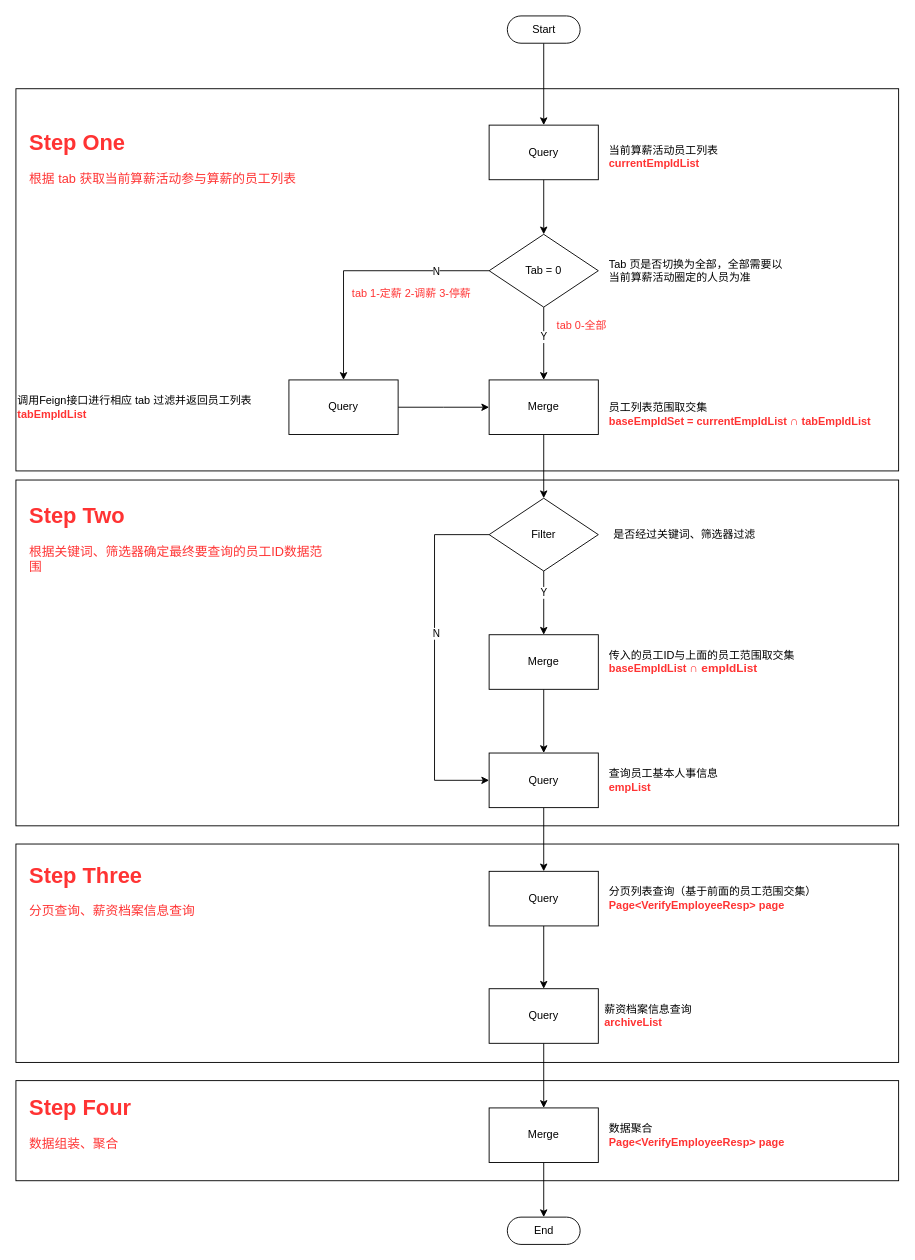
Above: 算薪活动-核对人员列表接口实现逻辑.drawio in rexlin600/diagrams (draw.io), before the change. Source tidied: cells renumbered, new cells numbered last; positions are measured from the earlier drawing's top-left corner, leaving out a move shared by most shapes. Both pictures are drawn from the tidied source at 91%, with x=0, y=0 at pixel (15, 15).
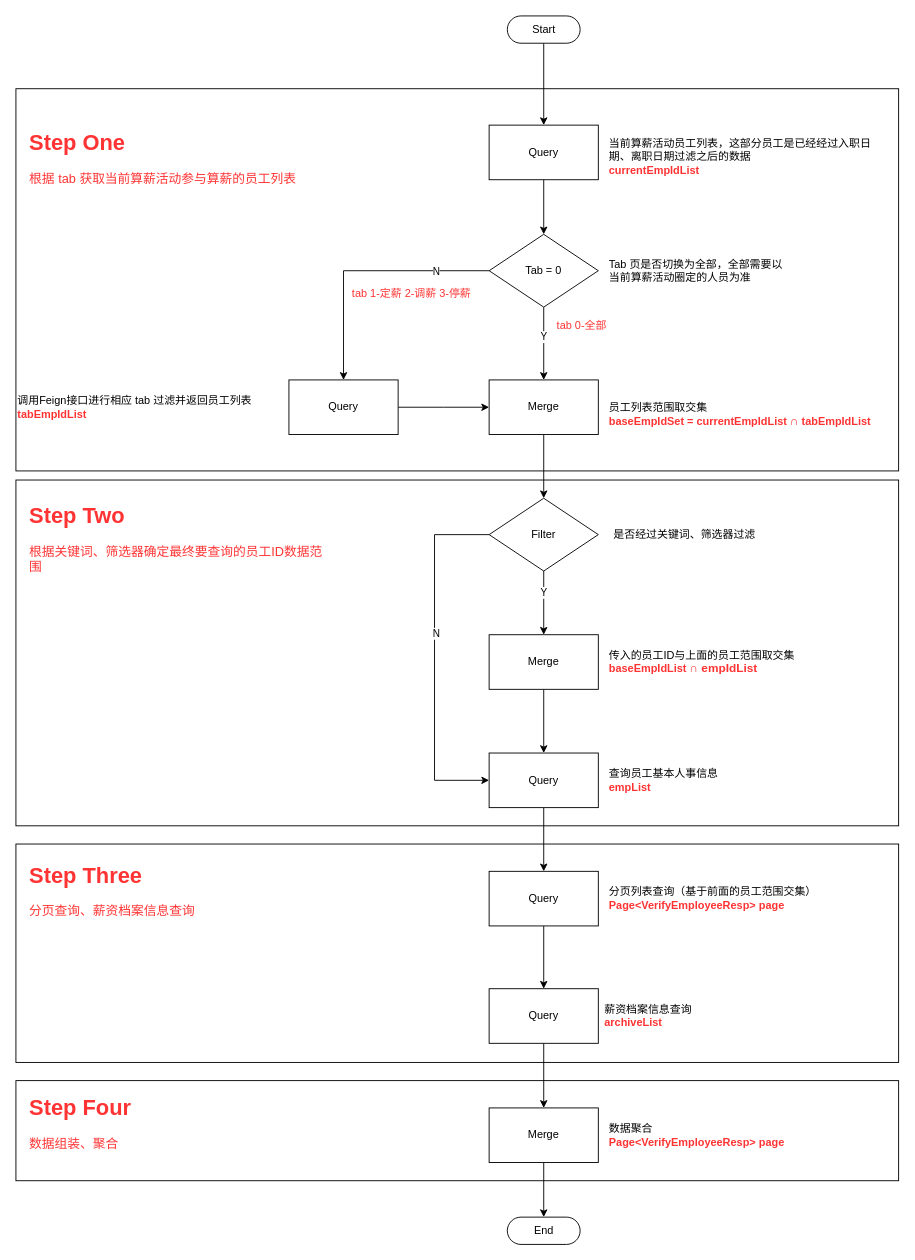
The same page after the edit.

Commit message:
更新算薪活动-核对人员列表接口实现逻辑.drawio

The edit, as a diff of the source:
```diff
@@
-    <mxCell id="10" value="当前算薪活动员工列表&lt;br&gt;&lt;b&gt;&lt;font color=&quot;#ff3333&quot;&gt;currentEmpIdList&lt;/font&gt;&lt;/b&gt;" style="text;html=1;strokeColor=none;fillColor=none;align=left;verticalAlign=middle;whiteSpace=wrap;rounded=0;" parent="1" vertex="1">
-      <mxGeometry x="650" y="140" width="140" height="30" as="geometry" />
+    <mxCell id="10" value="当前算薪活动员工列表，这部分员工是已经经过入职日期、离职日期过滤之后的数据&lt;br&gt;&lt;b&gt;&lt;font color=&quot;#ff3333&quot;&gt;currentEmpIdList&lt;/font&gt;&lt;/b&gt;" style="text;html=1;strokeColor=none;fillColor=none;align=left;verticalAlign=middle;whiteSpace=wrap;rounded=0;" parent="1" vertex="1">
+      <mxGeometry x="650" y="140" width="310" height="30" as="geometry" />
     </mxCell>
```
